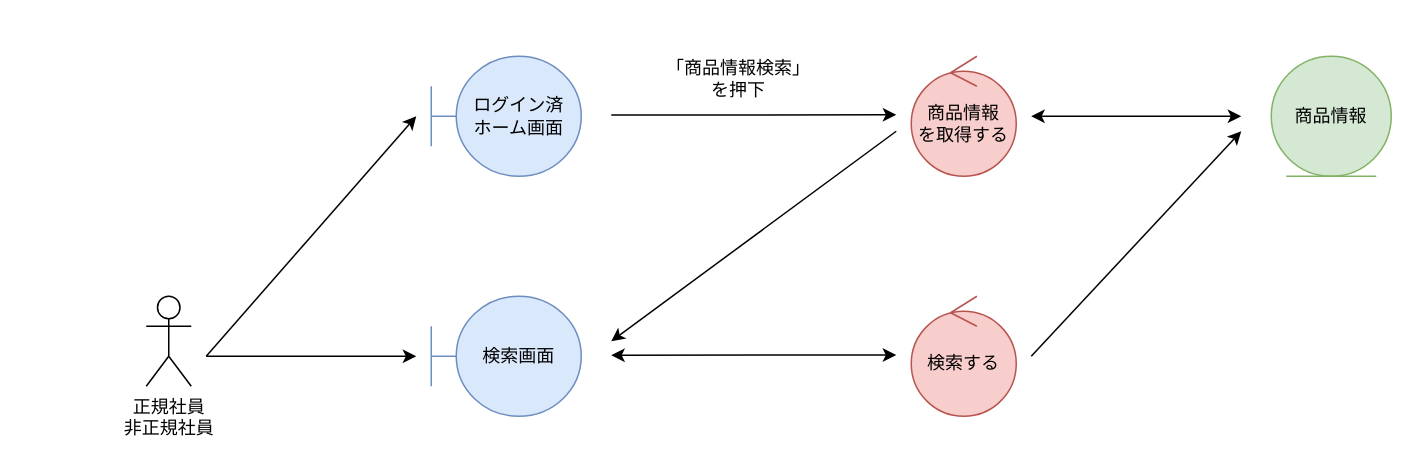
The draw.io diagram page "*ベンチマーク検索" (3 of 3) of 各種設計書/3ロバストネス図/商品情報管理/2.検索機能.drawio in HaruShim/Sotuken, before the edit. Source tidied: cells renumbered, new cells numbered last; positions are measured from the earlier drawing's top-left corner, leaving out a move shared by most shapes. Both pictures are drawn from the tidied source at 150%, with x=0, y=0 at pixel (146, 56).
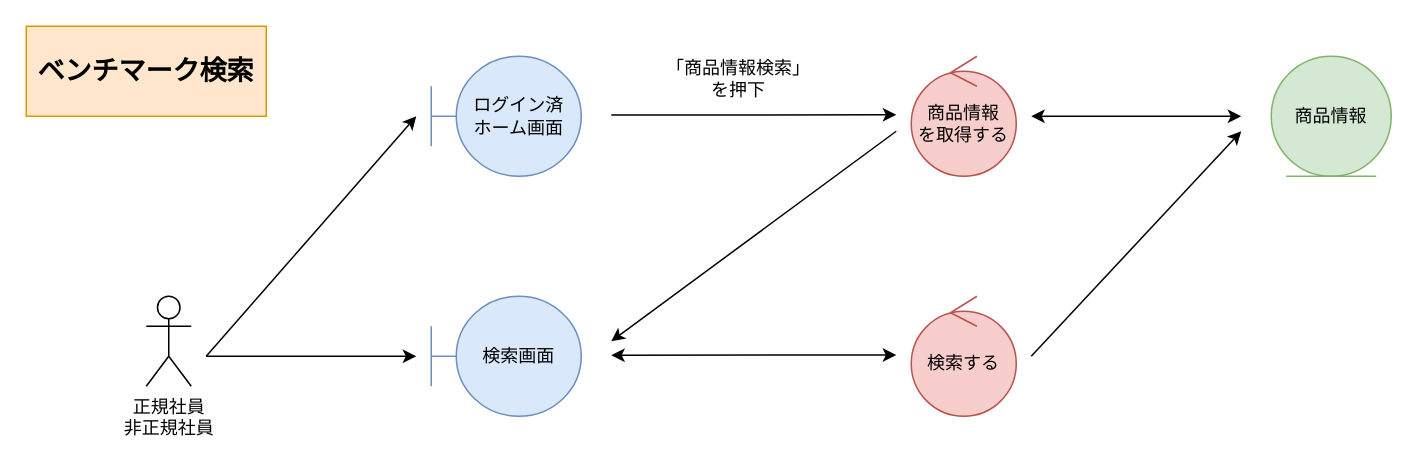
The same diagram, later.

What changed in the source:
```diff
@@
+    <mxCell id="16" value="ベンチマーク検索" style="rounded=0;whiteSpace=wrap;html=1;fillColor=#ffe6cc;strokeColor=#d79b00;fontStyle=1;fontSize=18;" parent="1" vertex="1">
+      <mxGeometry x="-80" y="-20" width="160" height="60" as="geometry" />
+    </mxCell>
```
